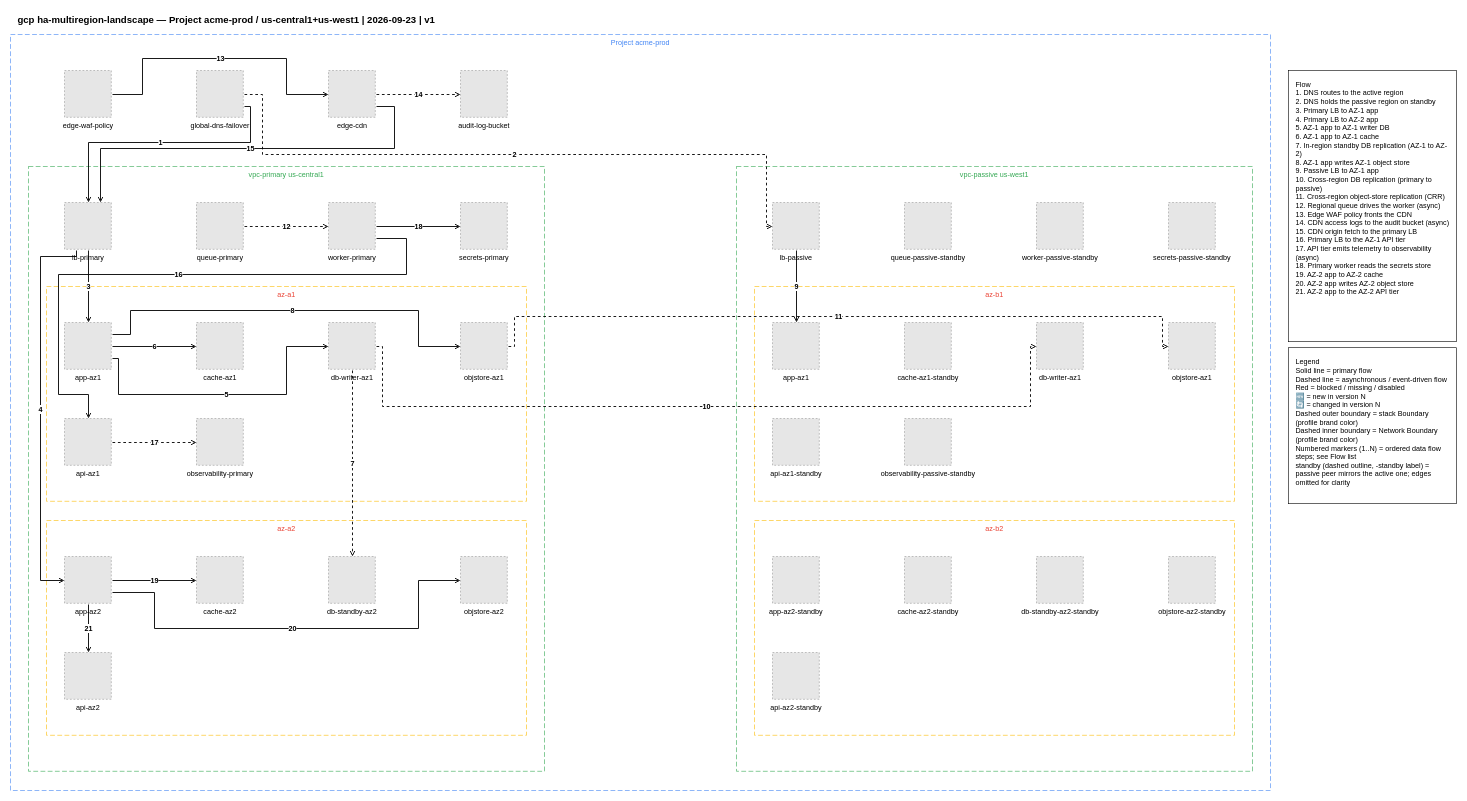
Earlier version of the draw.io diagram examples/gcp/02-gcp-ha-multiregion-landscape.drawio (totoshko88/Cloud_Architecture). Source tidied: cells renumbered, new cells numbered last; positions are measured from the earlier drawing's top-left corner, leaving out a move shared by most shapes. Both pictures are drawn from the tidied source at 60%, with x=0, y=0 at pixel (10, 10). Pictures stored in the file or linked from it are replaced by grey dashed boxes.
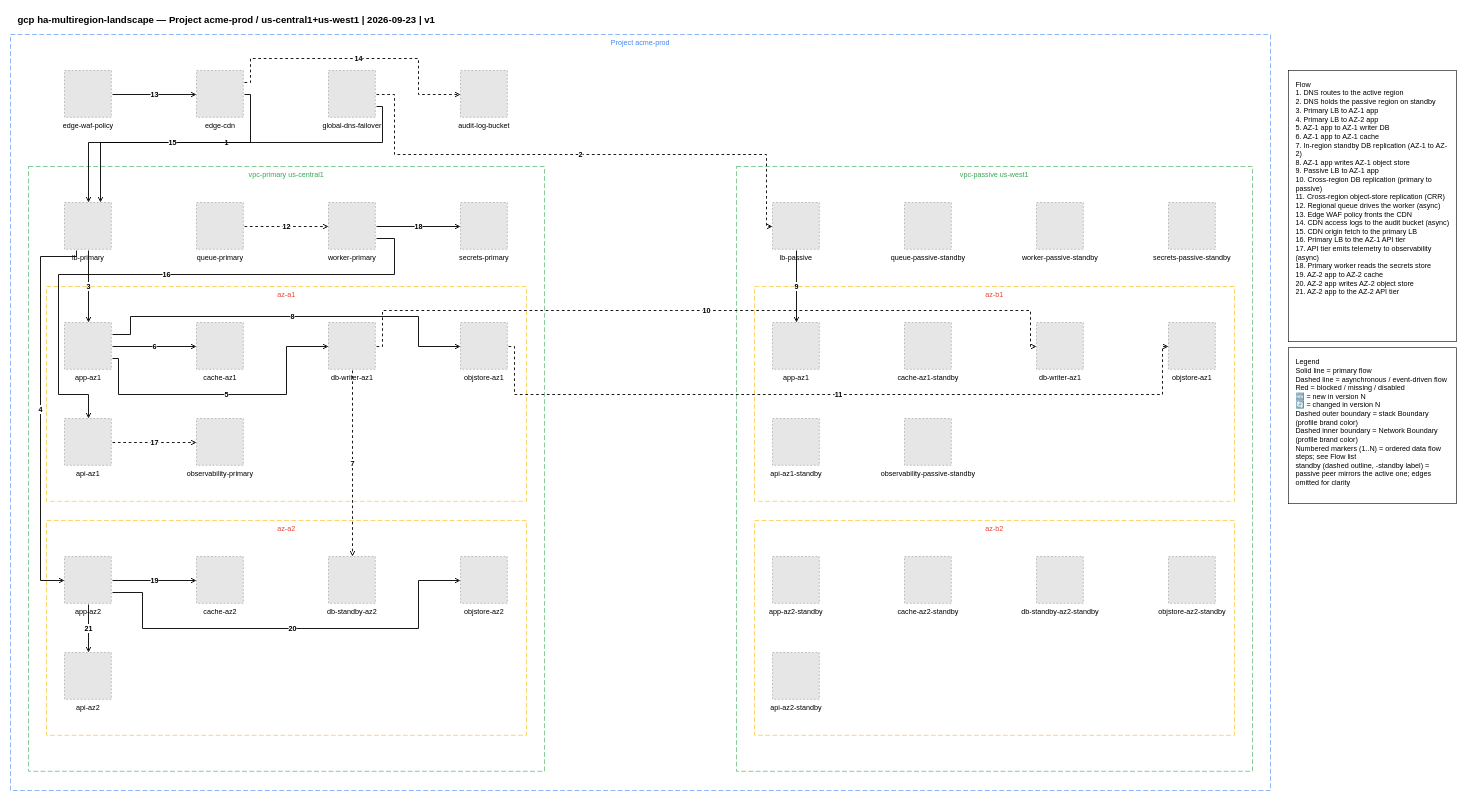
Above is the later version.

The change refers to these unchanged cells:
```xml
<mxCell id="10" value="edge-waf-policy" style="fillColor=#E6E6E6;strokeColor=#999999;dashed=1;verticalLabelPosition=bottom;verticalAlign=top;html=1;align=center;fontSize=12;" parent="1" vertex="1">
  <mxGeometry x="90" y="100" width="78" height="78" as="geometry" />
</mxCell>
<mxCell id="13" value="audit-log-bucket" style="fillColor=#E6E6E6;strokeColor=#999999;dashed=1;verticalLabelPosition=bottom;verticalAlign=top;html=1;align=center;fontSize=12;" parent="1" vertex="1">
  <mxGeometry x="750" y="100" width="78" height="78" as="geometry" />
</mxCell>
<mxCell id="14" value="lb-primary" style="fillColor=#E6E6E6;strokeColor=#999999;dashed=1;verticalLabelPosition=bottom;verticalAlign=top;html=1;align=center;fontSize=12;" parent="1" vertex="1">
  <mxGeometry x="90" y="320" width="78" height="78" as="geometry" />
</mxCell>
<mxCell id="16" value="worker-primary" style="fillColor=#E6E6E6;strokeColor=#999999;dashed=1;verticalLabelPosition=bottom;verticalAlign=top;html=1;align=center;fontSize=12;" parent="1" vertex="1">
  <mxGeometry x="530" y="320" width="78" height="78" as="geometry" />
</mxCell>
<mxCell id="18" value="db-writer-az1" style="fillColor=#E6E6E6;strokeColor=#999999;dashed=1;verticalLabelPosition=bottom;verticalAlign=top;html=1;align=center;fontSize=12;" parent="1" vertex="1">
  <mxGeometry x="530" y="520" width="78" height="78" as="geometry" />
</mxCell>
<mxCell id="19" value="objstore-az1" style="fillColor=#E6E6E6;strokeColor=#999999;dashed=1;verticalLabelPosition=bottom;verticalAlign=top;html=1;align=center;fontSize=12;" parent="1" vertex="1">
  <mxGeometry x="750" y="520" width="78" height="78" as="geometry" />
</mxCell>
<mxCell id="20" value="app-az1" style="fillColor=#E6E6E6;strokeColor=#999999;dashed=1;verticalLabelPosition=bottom;verticalAlign=top;html=1;align=center;fontSize=12;" parent="1" vertex="1">
  <mxGeometry x="90" y="520" width="78" height="78" as="geometry" />
</mxCell>
<mxCell id="21" value="api-az1" style="fillColor=#E6E6E6;strokeColor=#999999;dashed=1;verticalLabelPosition=bottom;verticalAlign=top;html=1;align=center;fontSize=12;" parent="1" vertex="1">
  <mxGeometry x="90" y="680" width="78" height="78" as="geometry" />
</mxCell>
<mxCell id="25" value="objstore-az2" style="fillColor=#E6E6E6;strokeColor=#999999;dashed=1;verticalLabelPosition=bottom;verticalAlign=top;html=1;align=center;fontSize=12;" parent="1" vertex="1">
  <mxGeometry x="750" y="910" width="78" height="78" as="geometry" />
</mxCell>
<mxCell id="26" value="app-az2" style="fillColor=#E6E6E6;strokeColor=#999999;dashed=1;verticalLabelPosition=bottom;verticalAlign=top;html=1;align=center;fontSize=12;" parent="1" vertex="1">
  <mxGeometry x="90" y="910" width="78" height="78" as="geometry" />
</mxCell>
<mxCell id="29" value="lb-passive" style="fillColor=#E6E6E6;strokeColor=#999999;dashed=1;verticalLabelPosition=bottom;verticalAlign=top;html=1;align=center;fontSize=12;" parent="1" vertex="1">
  <mxGeometry x="1270" y="320" width="78" height="78" as="geometry" />
</mxCell>
<mxCell id="33" value="db-writer-az1" style="fillColor=#E6E6E6;strokeColor=#999999;dashed=1;verticalLabelPosition=bottom;verticalAlign=top;html=1;align=center;fontSize=12;" parent="1" vertex="1">
  <mxGeometry x="1710" y="520" width="78" height="78" as="geometry" />
</mxCell>
<mxCell id="34" value="objstore-az1" style="fillColor=#E6E6E6;strokeColor=#999999;dashed=1;verticalLabelPosition=bottom;verticalAlign=top;html=1;align=center;fontSize=12;" parent="1" vertex="1">
  <mxGeometry x="1930" y="520" width="78" height="78" as="geometry" />
</mxCell>
```

Change to the diagram source:
```diff
@@
     <mxCell id="11" value="global-dns-failover" style="fillColor=#E6E6E6;strokeColor=#999999;dashed=1;verticalLabelPosition=bottom;verticalAlign=top;html=1;align=center;fontSize=12;" parent="1" vertex="1">
-      <mxGeometry x="310" y="100" width="78" height="78" as="geometry" />
+      <mxGeometry x="530" y="100" width="78" height="78" as="geometry" />
     </mxCell>
     <mxCell id="12" value="edge-cdn" style="fillColor=#E6E6E6;strokeColor=#999999;dashed=1;verticalLabelPosition=bottom;verticalAlign=top;html=1;align=center;fontSize=12;" parent="1" vertex="1">
-      <mxGeometry x="530" y="100" width="78" height="78" as="geometry" />
+      <mxGeometry x="310" y="100" width="78" height="78" as="geometry" />
     </mxCell>
@@
     <mxCell id="44" value="1" style="edgeStyle=orthogonalEdgeStyle;rounded=0;html=1;endArrow=open;endFill=0;strokeWidth=1.5;exitX=1.0256410256410255;exitY=0.7692307692307693;exitDx=0;exitDy=0;exitPerimeter=0;entryX=0.5128205128205128;entryY=0.0;entryDx=0;entryDy=0;fontSize=12;fontStyle=1;" parent="1" edge="1" source="11" target="14">
       <mxGeometry relative="1" as="geometry">
         <Array as="points">
-          <mxPoint x="400" y="160" />
-          <mxPoint x="400" y="220" />
+          <mxPoint x="620" y="160" />
+          <mxPoint x="620" y="220" />
           <mxPoint x="130" y="220" />
         </Array>
       </mxGeometry>
     </mxCell>
     <mxCell id="45" value="2" style="edgeStyle=orthogonalEdgeStyle;rounded=0;html=1;endArrow=open;endFill=0;strokeWidth=1.5;dashed=1;exitX=1.0256410256410255;exitY=0.5128205128205128;exitDx=0;exitDy=0;exitPerimeter=0;entryX=0.0;entryY=0.5128205128205128;entryDx=0;entryDy=0;fontSize=12;fontStyle=1;" parent="1" edge="1" source="11" target="29">
       <mxGeometry relative="1" as="geometry">
         <Array as="points">
-          <mxPoint x="420" y="140" />
-          <mxPoint x="420" y="240" />
+          <mxPoint x="640" y="140" />
+          <mxPoint x="640" y="240" />
           <mxPoint x="1260" y="240" />
           <mxPoint x="1260" y="360" />
         </Array>
       </mxGeometry>
     </mxCell>
@@
     <mxCell id="51" value="8" style="edgeStyle=orthogonalEdgeStyle;rounded=0;html=1;endArrow=open;endFill=0;strokeWidth=1.5;exitX=1.0256410256410255;exitY=0.2564102564102564;exitDx=0;exitDy=0;exitPerimeter=0;entryX=0.0;entryY=0.5128205128205128;entryDx=0;entryDy=0;fontSize=12;fontStyle=1;" parent="1" edge="1" source="20" target="19">
       <mxGeometry relative="1" as="geometry">
         <Array as="points">
           <mxPoint x="200" y="540" />
-          <mxPoint x="200" y="500" />
-          <mxPoint x="680" y="500" />
+          <mxPoint x="200" y="510" />
+          <mxPoint x="680" y="510" />
           <mxPoint x="680" y="560" />
         </Array>
       </mxGeometry>
     </mxCell>
@@
     <mxCell id="53" value="10" style="edgeStyle=orthogonalEdgeStyle;rounded=0;html=1;endArrow=open;endFill=0;strokeWidth=1.5;dashed=1;exitX=1.0256410256410255;exitY=0.5128205128205128;exitDx=0;exitDy=0;exitPerimeter=0;entryX=0.0;entryY=0.5128205128205128;entryDx=0;entryDy=0;fontSize=12;fontStyle=1;" parent="1" edge="1" source="18" target="33">
       <mxGeometry relative="1" as="geometry">
         <Array as="points">
           <mxPoint x="620" y="560" />
-          <mxPoint x="620" y="660" />
-          <mxPoint x="1700" y="660" />
+          <mxPoint x="620" y="500" />
+          <mxPoint x="1700" y="500" />
           <mxPoint x="1700" y="560" />
         </Array>
       </mxGeometry>
     </mxCell>
     <mxCell id="54" value="11" style="edgeStyle=orthogonalEdgeStyle;rounded=0;html=1;endArrow=open;endFill=0;strokeWidth=1.5;dashed=1;exitX=1.0256410256410255;exitY=0.5128205128205128;exitDx=0;exitDy=0;exitPerimeter=0;entryX=0.0;entryY=0.5128205128205128;entryDx=0;entryDy=0;fontSize=12;fontStyle=1;" parent="1" edge="1" source="19" target="34">
       <mxGeometry relative="1" as="geometry">
         <Array as="points">
           <mxPoint x="840" y="560" />
-          <mxPoint x="840" y="510" />
-          <mxPoint x="1920" y="510" />
+          <mxPoint x="840" y="640" />
+          <mxPoint x="1920" y="640" />
           <mxPoint x="1920" y="560" />
         </Array>
       </mxGeometry>
     </mxCell>
@@
     <mxCell id="56" value="13" style="edgeStyle=orthogonalEdgeStyle;rounded=0;html=1;endArrow=open;endFill=0;strokeWidth=1.5;exitX=1.0256410256410255;exitY=0.5128205128205128;exitDx=0;exitDy=0;exitPerimeter=0;entryX=0.0;entryY=0.5128205128205128;entryDx=0;entryDy=0;fontSize=12;fontStyle=1;" parent="1" edge="1" source="10" target="12">
-      <mxGeometry relative="1" as="geometry">
-        <Array as="points">
-          <mxPoint x="220" y="140" />
-          <mxPoint x="220" y="80" />
-          <mxPoint x="460" y="80" />
-          <mxPoint x="460" y="140" />
-        </Array>
-      </mxGeometry>
+      <mxGeometry relative="1" as="geometry" />
     </mxCell>
-    <mxCell id="57" value="14" style="edgeStyle=orthogonalEdgeStyle;rounded=0;html=1;endArrow=open;endFill=0;strokeWidth=1.5;dashed=1;exitX=1.0256410256410255;exitY=0.5128205128205128;exitDx=0;exitDy=0;exitPerimeter=0;entryX=0.0;entryY=0.5128205128205128;entryDx=0;entryDy=0;fontSize=12;fontStyle=1;" parent="1" edge="1" source="12" target="13">
-      <mxGeometry relative="1" as="geometry" />
+    <mxCell id="57" value="14" style="edgeStyle=orthogonalEdgeStyle;rounded=0;html=1;endArrow=open;endFill=0;strokeWidth=1.5;dashed=1;exitX=1.0256410256410255;exitY=0.2564102564102564;exitDx=0;exitDy=0;exitPerimeter=0;entryX=0.0;entryY=0.5128205128205128;entryDx=0;entryDy=0;fontSize=12;fontStyle=1;" parent="1" edge="1" source="12" target="13">
+      <mxGeometry relative="1" as="geometry">
+        <Array as="points">
+          <mxPoint x="400" y="120" />
+          <mxPoint x="400" y="80" />
+          <mxPoint x="680" y="80" />
+          <mxPoint x="680" y="140" />
+        </Array>
+      </mxGeometry>
     </mxCell>
-    <mxCell id="58" value="15" style="edgeStyle=orthogonalEdgeStyle;rounded=0;html=1;endArrow=open;endFill=0;strokeWidth=1.5;exitX=1.0256410256410255;exitY=0.7692307692307693;exitDx=0;exitDy=0;exitPerimeter=0;entryX=0.7692307692307693;entryY=0.0;entryDx=0;entryDy=0;fontSize=12;fontStyle=1;" parent="1" edge="1" source="12" target="14">
+    <mxCell id="58" value="15" style="edgeStyle=orthogonalEdgeStyle;rounded=0;html=1;endArrow=open;endFill=0;strokeWidth=1.5;exitX=1.0256410256410255;exitY=0.5128205128205128;exitDx=0;exitDy=0;exitPerimeter=0;entryX=0.7692307692307693;entryY=0.0;entryDx=0;entryDy=0;fontSize=12;fontStyle=1;" parent="1" edge="1" source="12" target="14">
       <mxGeometry relative="1" as="geometry">
         <Array as="points">
-          <mxPoint x="640" y="160" />
-          <mxPoint x="640" y="230" />
-          <mxPoint x="150" y="230" />
+          <mxPoint x="400" y="140" />
+          <mxPoint x="400" y="220" />
+          <mxPoint x="150" y="220" />
         </Array>
       </mxGeometry>
     </mxCell>
     <mxCell id="59" value="16" style="edgeStyle=orthogonalEdgeStyle;rounded=0;html=1;endArrow=open;endFill=0;strokeWidth=1.5;exitX=1.0256410256410255;exitY=0.7692307692307693;exitDx=0;exitDy=0;exitPerimeter=0;entryX=0.5128205128205128;entryY=0.0;entryDx=0;entryDy=0;fontSize=12;fontStyle=1;" parent="1" edge="1" source="16" target="21">
       <mxGeometry relative="1" as="geometry">
         <Array as="points">
-          <mxPoint x="660" y="380" />
-          <mxPoint x="660" y="440" />
+          <mxPoint x="640" y="380" />
+          <mxPoint x="640" y="440" />
           <mxPoint x="80" y="440" />
           <mxPoint x="80" y="640" />
           <mxPoint x="130" y="640" />
         </Array>
       </mxGeometry>
     </mxCell>
@@
     <mxCell id="63" value="20" style="edgeStyle=orthogonalEdgeStyle;rounded=0;html=1;endArrow=open;endFill=0;strokeWidth=1.5;exitX=1.0256410256410255;exitY=0.7692307692307693;exitDx=0;exitDy=0;exitPerimeter=0;entryX=0.0;entryY=0.5128205128205128;entryDx=0;entryDy=0;fontSize=12;fontStyle=1;" parent="1" edge="1" source="26" target="25">
       <mxGeometry relative="1" as="geometry">
         <Array as="points">
-          <mxPoint x="240" y="970" />
-          <mxPoint x="240" y="1030" />
+          <mxPoint x="220" y="970" />
+          <mxPoint x="220" y="1030" />
           <mxPoint x="680" y="1030" />
           <mxPoint x="680" y="950" />
         </Array>
       </mxGeometry>
     </mxCell>
```
